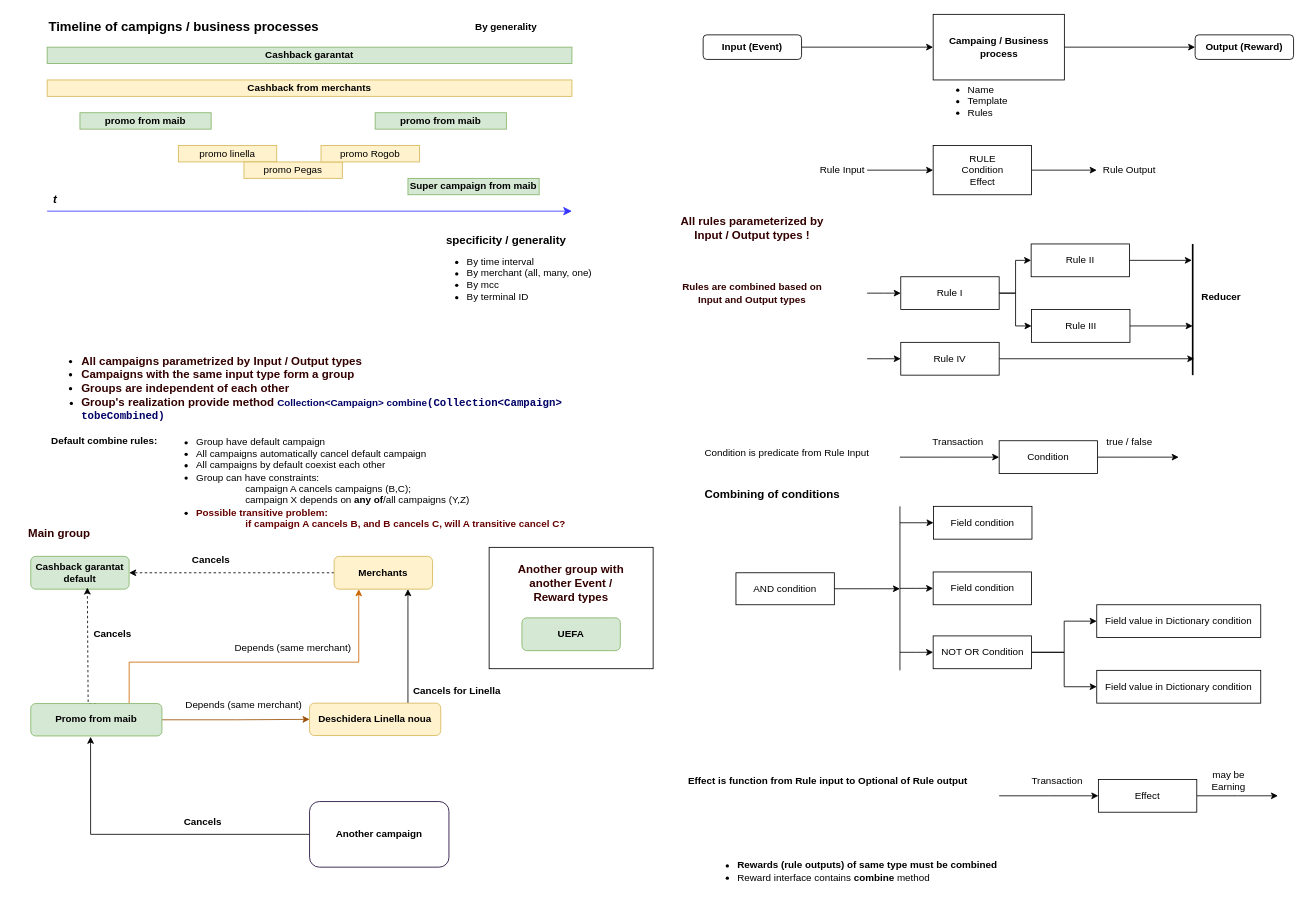
Before: Диаграмма без названия.drawio in DemiusAcademius/diagrams, a draw.io diagram. Source tidied: cells renumbered, new cells numbered last; positions are measured from the earlier drawing's top-left corner, leaving out a move shared by most shapes. Both pictures are drawn from the tidied source at 82%, with x=0, y=0 at pixel (14, 14).
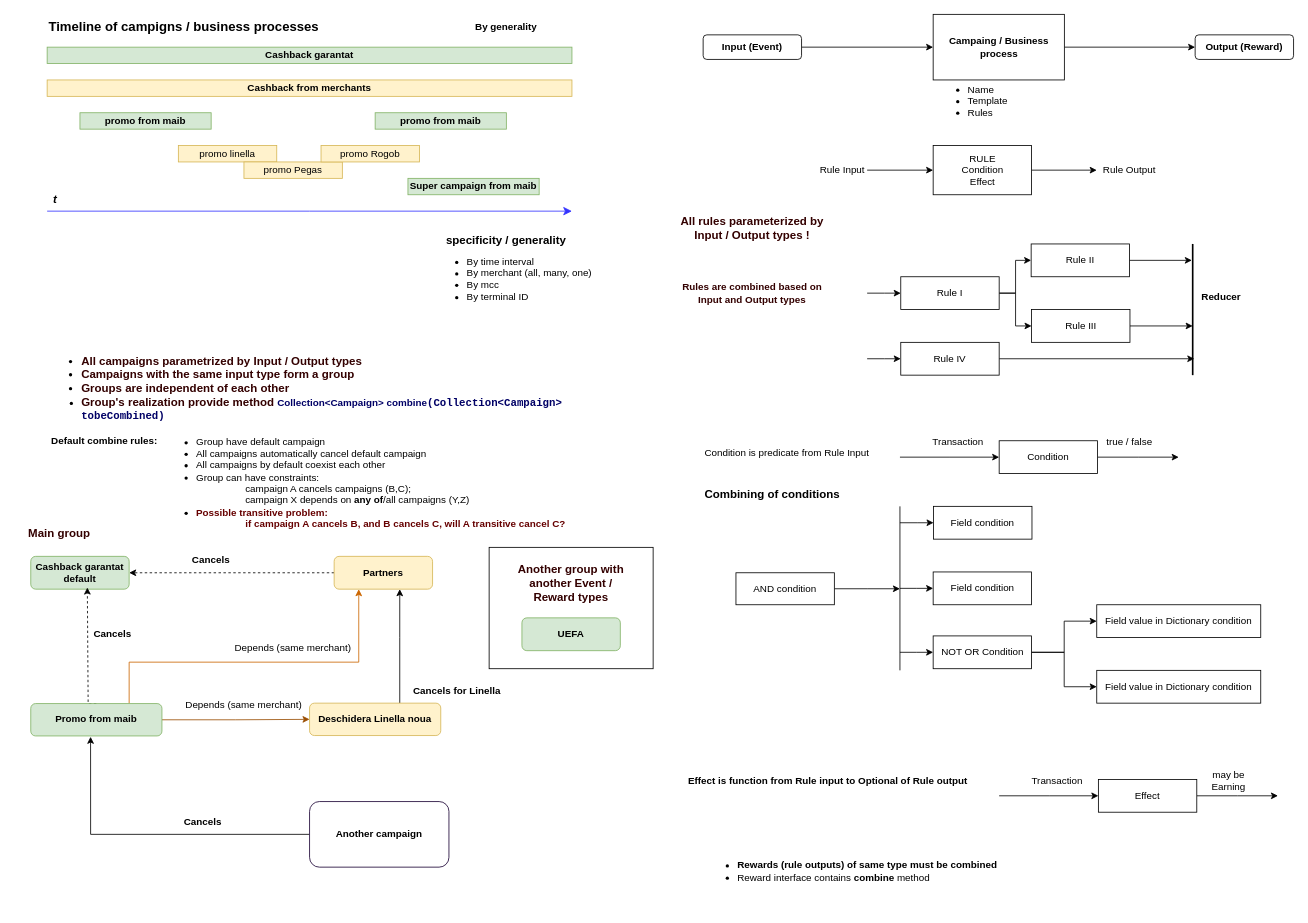
The same diagram, later.

The change refers to these unchanged cells:
```xml
<mxCell id="26" value="&lt;b&gt;Deschidera Linella noua&lt;/b&gt;" style="rounded=1;whiteSpace=wrap;html=1;fillColor=#fff2cc;strokeColor=#d6b656;" parent="1" vertex="1">
  <mxGeometry x="360" y="840" width="160" height="39.5" as="geometry" />
</mxCell>
```

Diff of the diagram source:
```diff
@@
-    <mxCell id="19" value="&lt;b&gt;Merchants&lt;/b&gt;" style="rounded=1;whiteSpace=wrap;html=1;fillColor=#fff2cc;strokeColor=#d6b656;" parent="1" vertex="1">
+    <mxCell id="19" value="&lt;b&gt;Partners&lt;/b&gt;" style="rounded=1;whiteSpace=wrap;html=1;fillColor=#fff2cc;strokeColor=#d6b656;" parent="1" vertex="1">
       <mxGeometry x="390" y="661" width="120" height="40" as="geometry" />
     </mxCell>
@@
     <mxCell id="25" style="edgeStyle=orthogonalEdgeStyle;rounded=0;jettySize=auto;html=1;" parent="1" edge="1" source="26" target="19">
       <mxGeometry relative="1" as="geometry">
         <Array as="points">
-          <mxPoint x="480" y="720" />
-          <mxPoint x="480" y="720" />
+          <mxPoint x="470" y="760" />
+          <mxPoint x="470" y="760" />
         </Array>
       </mxGeometry>
     </mxCell>
```
